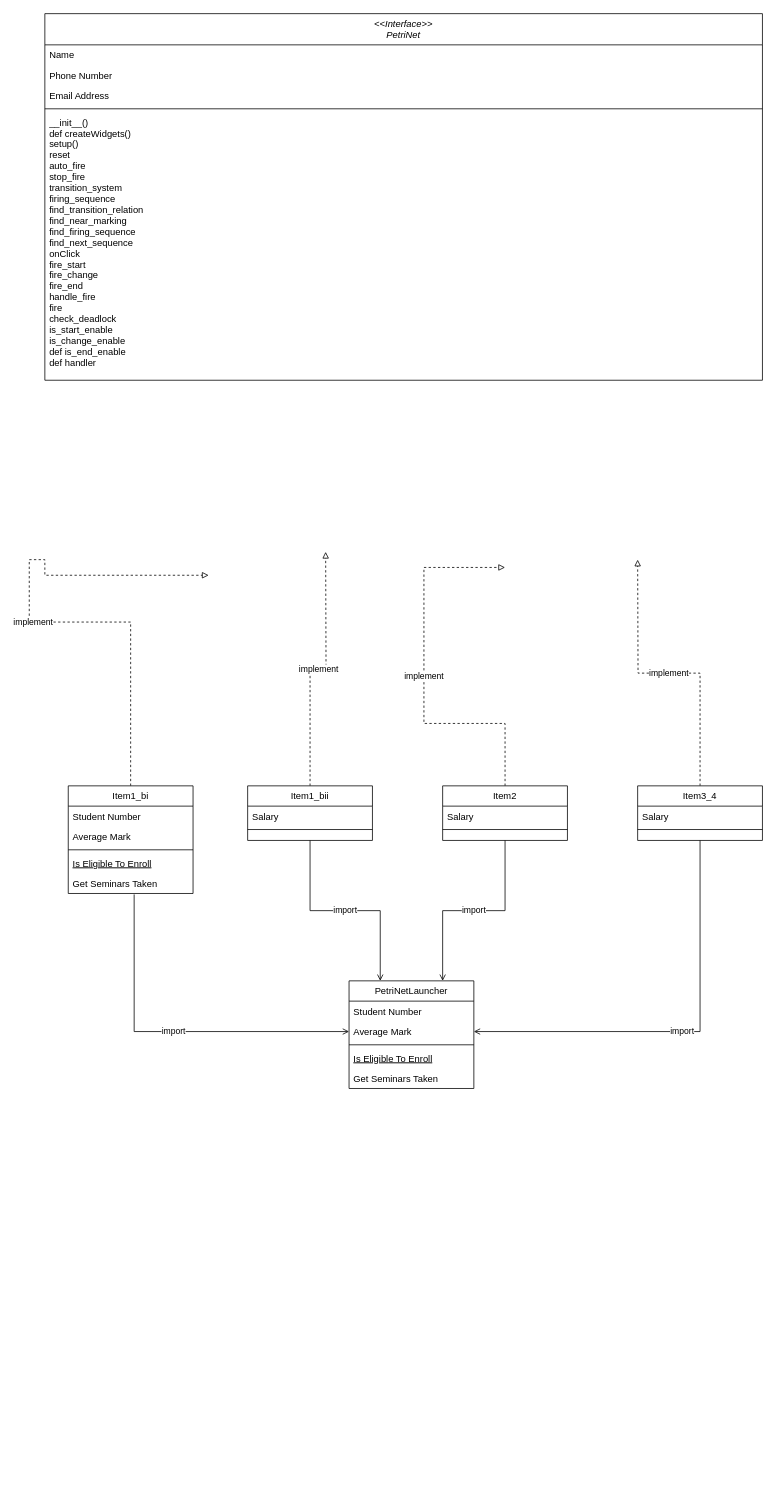
Before: Document/Class Diagram.drawio in giacat2411/PetriNetSimulation-MathematicalModeling, a draw.io diagram. Source tidied: cells renumbered, new cells numbered last; positions are measured from the earlier drawing's top-left corner, leaving out a move shared by most shapes. Both pictures are drawn from the tidied source at 78%, with x=0, y=0 at pixel (29, 13).
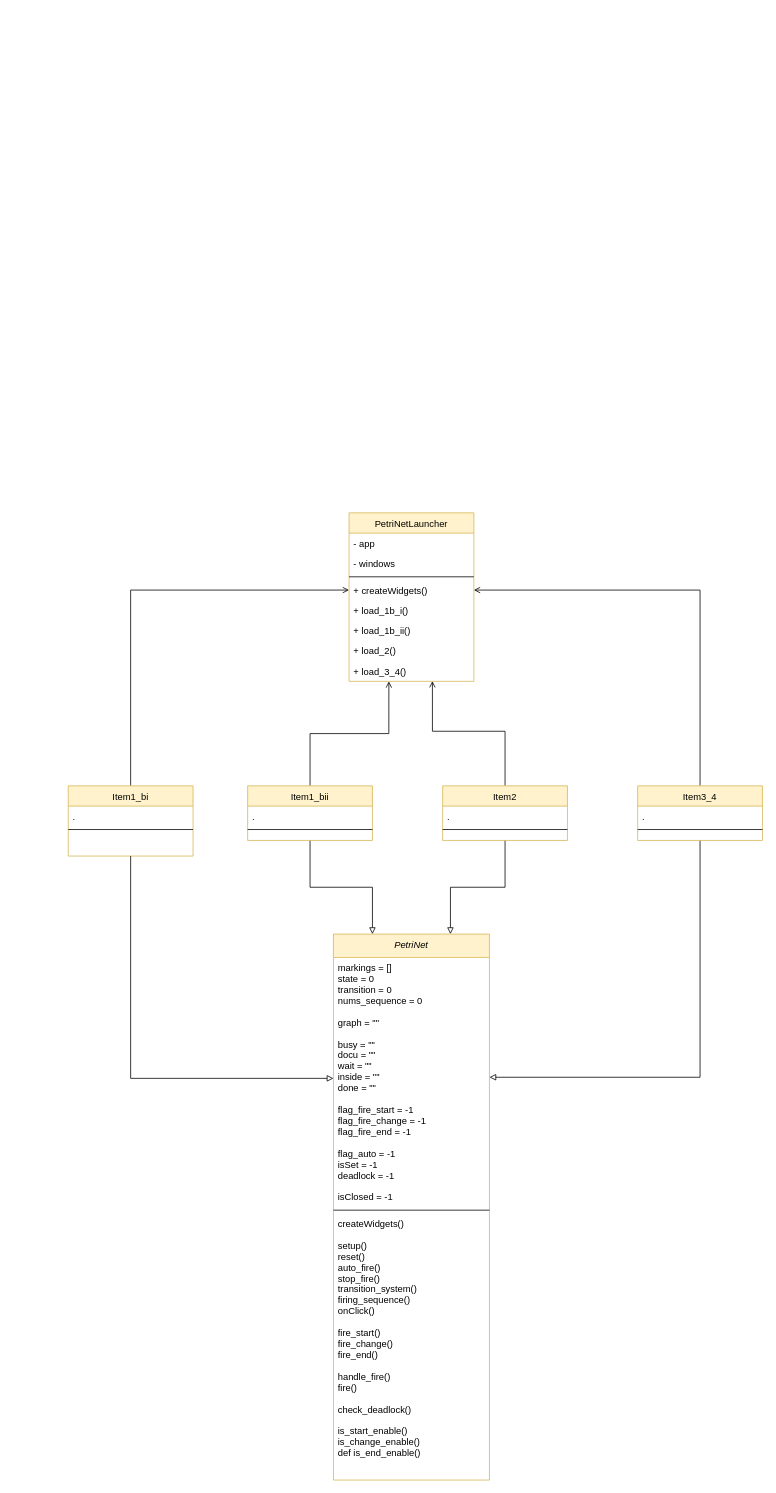
After the change.

Change to the diagram source:
```diff
@@
-    <mxCell id="2" value="&lt;&lt;Interface&gt;&gt;&#10;PetriNet" style="swimlane;fontStyle=2;align=center;verticalAlign=top;horizontal=1;startSize=40;rounded=0;shadow=0;strokeWidth=1;" parent="1" vertex="1">
-      <mxGeometry x="20" width="920" height="470" as="geometry" />
+    <mxCell id="2" value="PetriNet" style="swimlane;fontStyle=2;align=center;verticalAlign=top;horizontal=1;startSize=30;rounded=0;shadow=0;strokeWidth=1;fillColor=#fff2cc;strokeColor=#d6b656;" parent="1" vertex="1">
+      <mxGeometry x="390" y="1180" width="200" height="700" as="geometry" />
     </mxCell>
-    <mxCell id="3" value="Name" style="text;align=left;verticalAlign=top;spacingLeft=4;spacingRight=4;overflow=hidden;" parent="2" vertex="1">
-      <mxGeometry y="40" width="920" height="26" as="geometry" />
-    </mxCell>
-    <mxCell id="4" value="Phone Number" style="text;align=left;verticalAlign=top;spacingLeft=4;spacingRight=4;overflow=hidden;points=[[0,0.5],[1,0.5]];portConstraint=eastwest;rounded=0;shadow=0;html=0;" parent="2" vertex="1">
-      <mxGeometry y="66" width="920" height="26" as="geometry" />
+    <mxCell id="4" value="markings = []&#10;state = 0&#10;transition = 0&#10;nums_sequence = 0&#10;&#10;graph = &quot;&quot;&#10;&#10;busy = &quot;&quot;&#10;docu = &quot;&quot;&#10;wait = &quot;&quot;&#10;inside = &quot;&quot;&#10;done = &quot;&quot;&#10;&#10;flag_fire_start = -1&#10;flag_fire_change = -1&#10;flag_fire_end = -1&#10;&#10;flag_auto = -1&#10;isSet = -1&#10;deadlock = -1&#10;&#10;isClosed = -1" style="text;align=left;verticalAlign=top;spacingLeft=4;spacingRight=4;overflow=hidden;points=[[0,0.5],[1,0.5]];portConstraint=eastwest;rounded=0;shadow=0;html=0;" parent="2" vertex="1">
+      <mxGeometry y="30" width="200" height="320" as="geometry" />
     </mxCell>
-    <mxCell id="5" value="Email Address" style="text;align=left;verticalAlign=top;spacingLeft=4;spacingRight=4;overflow=hidden;rounded=0;shadow=0;html=0;" parent="2" vertex="1">
-      <mxGeometry y="92" width="920" height="26" as="geometry" />
-    </mxCell>
     <mxCell id="6" style="line;html=1;strokeWidth=1;align=left;verticalAlign=middle;spacingTop=-1;spacingLeft=3;spacingRight=3;labelPosition=right;" parent="2" vertex="1">
-      <mxGeometry y="118" width="920" height="8" as="geometry" />
+      <mxGeometry y="350" width="200" height="8" as="geometry" />
     </mxCell>
-    <mxCell id="7" value="__init__()&#10;def createWidgets()&#10;setup()&#10;reset&#10;auto_fire     &#10;stop_fire&#10;transition_system&#10;firing_sequence&#10;find_transition_relation&#10;find_near_marking&#10;find_firing_sequence&#10;find_next_sequence&#10;onClick&#10;fire_start    &#10;fire_change    &#10;fire_end   &#10;handle_fire         &#10;fire&#10;check_deadlock&#10;is_start_enable  &#10;is_change_enable   &#10;def is_end_enable   &#10;def handler" style="text;align=left;verticalAlign=top;spacingLeft=4;spacingRight=4;overflow=hidden;" parent="2" vertex="1">
-      <mxGeometry y="126" width="920" height="344" as="geometry" />
+    <mxCell id="7" value="createWidgets()&#10;&#10;setup()&#10;reset()&#10;auto_fire()     &#10;stop_fire()&#10;transition_system()&#10;firing_sequence()&#10;onClick()&#10;&#10;fire_start()    &#10;fire_change()    &#10;fire_end()&#10;   &#10;handle_fire()         &#10;fire()&#10;&#10;check_deadlock()&#10;&#10;is_start_enable()  &#10;is_change_enable()   &#10;def is_end_enable()" style="text;align=left;verticalAlign=top;spacingLeft=4;spacingRight=4;overflow=hidden;" parent="2" vertex="1">
+      <mxGeometry y="358" width="200" height="326" as="geometry" />
     </mxCell>
-    <mxCell id="8" value="implement" style="edgeStyle=orthogonalEdgeStyle;rounded=0;jettySize=auto;html=1;exitX=0.5;exitY=0;exitDx=0;exitDy=0;endArrow=block;endFill=0;dashed=1;" parent="1" edge="1" source="9">
-      <mxGeometry relative="1" as="geometry">
-        <mxPoint x="230" y="720" as="targetPoint" />
-        <Array as="points">
-          <mxPoint x="130" y="780" />
-          <mxPoint y="780" />
-          <mxPoint y="700" />
-          <mxPoint x="20" y="700" />
-        </Array>
-      </mxGeometry>
-    </mxCell>
+    <mxCell id="37" style="edgeStyle=orthogonalEdgeStyle;rounded=0;jettySize=auto;html=1;exitX=0.5;exitY=0;exitDx=0;exitDy=0;entryX=0;entryY=0.5;entryDx=0;entryDy=0;endArrow=open;endFill=0;" parent="1" edge="1" source="9" target="34">
+      <mxGeometry relative="1" as="geometry" />
+    </mxCell>
-    <mxCell id="9" value="Item1_bi" style="swimlane;fontStyle=0;align=center;verticalAlign=top;horizontal=1;startSize=26;rounded=0;shadow=0;strokeWidth=1;" parent="1" vertex="1">
-      <mxGeometry x="50" y="990" width="160" height="138" as="geometry" />
+    <mxCell id="9" value="Item1_bi" style="swimlane;fontStyle=0;align=center;verticalAlign=top;horizontal=1;startSize=26;rounded=0;shadow=0;strokeWidth=1;fillColor=#fff2cc;strokeColor=#d6b656;" parent="1" vertex="1">
+      <mxGeometry x="50" y="990" width="160" height="90" as="geometry" />
     </mxCell>
-    <mxCell id="10" value="Student Number" style="text;align=left;verticalAlign=top;spacingLeft=4;spacingRight=4;overflow=hidden;" parent="9" vertex="1">
-      <mxGeometry y="26" width="160" height="26" as="geometry" />
-    </mxCell>
-    <mxCell id="11" value="Average Mark" style="text;align=left;verticalAlign=top;spacingLeft=4;spacingRight=4;overflow=hidden;rounded=0;shadow=0;html=0;" parent="9" vertex="1">
-      <mxGeometry y="52" width="160" height="26" as="geometry" />
+    <mxCell id="11" value="." style="text;align=left;verticalAlign=top;spacingLeft=4;spacingRight=4;overflow=hidden;rounded=0;shadow=0;html=0;" parent="9" vertex="1">
+      <mxGeometry y="26" width="160" height="26" as="geometry" />
     </mxCell>
     <mxCell id="12" style="line;html=1;strokeWidth=1;align=left;verticalAlign=middle;spacingTop=-1;spacingLeft=3;spacingRight=3;labelPosition=right;" parent="9" vertex="1">
-      <mxGeometry y="78" width="160" height="8" as="geometry" />
+      <mxGeometry y="52" width="160" height="8" as="geometry" />
     </mxCell>
-    <mxCell id="13" value="Is Eligible To Enroll" style="text;align=left;verticalAlign=top;spacingLeft=4;spacingRight=4;overflow=hidden;fontStyle=4;" parent="9" vertex="1">
-      <mxGeometry y="86" width="160" height="26" as="geometry" />
-    </mxCell>
-    <mxCell id="14" value="Get Seminars Taken" style="text;align=left;verticalAlign=top;spacingLeft=4;spacingRight=4;overflow=hidden;points=[[0,0.5],[1,0.5]];portConstraint=eastwest;" parent="9" vertex="1">
-      <mxGeometry y="112" width="160" height="26" as="geometry" />
-    </mxCell>
-    <mxCell id="15" value="implement" style="edgeStyle=orthogonalEdgeStyle;rounded=0;jettySize=auto;html=1;exitX=0.5;exitY=0;exitDx=0;exitDy=0;endArrow=block;endFill=0;dashed=1;" parent="1" edge="1" source="17">
-      <mxGeometry relative="1" as="geometry">
-        <mxPoint x="380" y="690" as="targetPoint" />
-      </mxGeometry>
-    </mxCell>
-    <mxCell id="16" value="import" style="edgeStyle=orthogonalEdgeStyle;rounded=0;jettySize=auto;html=1;exitX=0.5;exitY=1;exitDx=0;exitDy=0;entryX=0.25;entryY=0;entryDx=0;entryDy=0;endArrow=open;endFill=0;" parent="1" edge="1" source="17" target="30">
-      <mxGeometry relative="1" as="geometry" />
-    </mxCell>
+    <mxCell id="38" style="edgeStyle=orthogonalEdgeStyle;rounded=0;jettySize=auto;html=1;exitX=0.5;exitY=1;exitDx=0;exitDy=0;entryX=0.25;entryY=0;entryDx=0;entryDy=0;endArrow=block;endFill=0;" parent="1" edge="1" source="17" target="2">
+      <mxGeometry relative="1" as="geometry" />
+    </mxCell>
+    <mxCell id="39" style="edgeStyle=orthogonalEdgeStyle;rounded=0;jettySize=auto;html=1;exitX=0.5;exitY=0;exitDx=0;exitDy=0;entryX=0.319;entryY=1;entryDx=0;entryDy=0;entryPerimeter=0;endArrow=open;endFill=0;" parent="1" edge="1" source="17" target="46">
+      <mxGeometry relative="1" as="geometry" />
+    </mxCell>
-    <mxCell id="17" value="Item1_bii" style="swimlane;fontStyle=0;align=center;verticalAlign=top;horizontal=1;startSize=26;rounded=0;shadow=0;strokeWidth=1;" parent="1" vertex="1">
+    <mxCell id="17" value="Item1_bii" style="swimlane;fontStyle=0;align=center;verticalAlign=top;horizontal=1;startSize=26;rounded=0;shadow=0;strokeWidth=1;fillColor=#fff2cc;strokeColor=#d6b656;" parent="1" vertex="1">
       <mxGeometry x="280" y="990" width="160" height="70" as="geometry" />
     </mxCell>
-    <mxCell id="18" value="Salary" style="text;align=left;verticalAlign=top;spacingLeft=4;spacingRight=4;overflow=hidden;" parent="17" vertex="1">
+    <mxCell id="18" value="." style="text;align=left;verticalAlign=top;spacingLeft=4;spacingRight=4;overflow=hidden;" parent="17" vertex="1">
       <mxGeometry y="26" width="160" height="26" as="geometry" />
     </mxCell>
@@
-    <mxCell id="20" value="implement" style="edgeStyle=orthogonalEdgeStyle;rounded=0;jettySize=auto;html=1;exitX=0.5;exitY=0;exitDx=0;exitDy=0;endArrow=block;endFill=0;dashed=1;" parent="1" edge="1" source="22">
-      <mxGeometry relative="1" as="geometry">
-        <mxPoint x="610" y="710" as="targetPoint" />
-        <Array as="points">
-          <mxPoint x="610" y="910" />
-          <mxPoint x="506" y="910" />
-        </Array>
-      </mxGeometry>
-    </mxCell>
-    <mxCell id="21" value="import" style="edgeStyle=orthogonalEdgeStyle;rounded=0;jettySize=auto;html=1;exitX=0.5;exitY=1;exitDx=0;exitDy=0;entryX=0.75;entryY=0;entryDx=0;entryDy=0;endArrow=open;endFill=0;" parent="1" edge="1" source="22" target="30">
-      <mxGeometry relative="1" as="geometry" />
-    </mxCell>
+    <mxCell id="40" style="edgeStyle=orthogonalEdgeStyle;rounded=0;jettySize=auto;html=1;exitX=0.5;exitY=1;exitDx=0;exitDy=0;entryX=0.75;entryY=0;entryDx=0;entryDy=0;endArrow=block;endFill=0;" parent="1" edge="1" source="22" target="2">
+      <mxGeometry relative="1" as="geometry" />
+    </mxCell>
+    <mxCell id="41" style="edgeStyle=orthogonalEdgeStyle;rounded=0;jettySize=auto;html=1;exitX=0.5;exitY=0;exitDx=0;exitDy=0;endArrow=open;endFill=0;entryX=0.668;entryY=0.989;entryDx=0;entryDy=0;entryPerimeter=0;" parent="1" edge="1" source="22" target="46">
+      <mxGeometry relative="1" as="geometry">
+        <Array as="points">
+          <mxPoint x="610" y="920" />
+          <mxPoint x="517" y="920" />
+        </Array>
+      </mxGeometry>
+    </mxCell>
-    <mxCell id="22" value="Item2" style="swimlane;fontStyle=0;align=center;verticalAlign=top;horizontal=1;startSize=26;rounded=0;shadow=0;strokeWidth=1;" parent="1" vertex="1">
+    <mxCell id="22" value="Item2" style="swimlane;fontStyle=0;align=center;verticalAlign=top;horizontal=1;startSize=26;rounded=0;shadow=0;strokeWidth=1;fillColor=#fff2cc;strokeColor=#d6b656;" parent="1" vertex="1">
       <mxGeometry x="530" y="990" width="160" height="70" as="geometry" />
     </mxCell>
-    <mxCell id="23" value="Salary" style="text;align=left;verticalAlign=top;spacingLeft=4;spacingRight=4;overflow=hidden;" parent="22" vertex="1">
+    <mxCell id="23" value="." style="text;align=left;verticalAlign=top;spacingLeft=4;spacingRight=4;overflow=hidden;" parent="22" vertex="1">
       <mxGeometry y="26" width="160" height="26" as="geometry" />
     </mxCell>
@@
-    <mxCell id="25" value="implement" style="edgeStyle=orthogonalEdgeStyle;rounded=0;jettySize=auto;html=1;exitX=0.5;exitY=0;exitDx=0;exitDy=0;endArrow=block;endFill=0;dashed=1;" parent="1" edge="1" source="27">
-      <mxGeometry relative="1" as="geometry">
-        <mxPoint x="780" y="700" as="targetPoint" />
-      </mxGeometry>
-    </mxCell>
-    <mxCell id="26" value="import" style="edgeStyle=orthogonalEdgeStyle;rounded=0;jettySize=auto;html=1;exitX=0.5;exitY=1;exitDx=0;exitDy=0;entryX=1;entryY=0.5;entryDx=0;entryDy=0;endArrow=open;endFill=0;" parent="1" edge="1" source="27" target="32">
-      <mxGeometry relative="1" as="geometry" />
-    </mxCell>
+    <mxCell id="42" style="edgeStyle=orthogonalEdgeStyle;rounded=0;jettySize=auto;html=1;exitX=0.5;exitY=1;exitDx=0;exitDy=0;endArrow=block;endFill=0;entryX=1;entryY=0.48;entryDx=0;entryDy=0;entryPerimeter=0;" parent="1" edge="1" source="27" target="4">
+      <mxGeometry relative="1" as="geometry" />
+    </mxCell>
+    <mxCell id="43" style="edgeStyle=orthogonalEdgeStyle;rounded=0;jettySize=auto;html=1;exitX=0.5;exitY=0;exitDx=0;exitDy=0;entryX=1;entryY=0.5;entryDx=0;entryDy=0;endArrow=open;endFill=0;" parent="1" edge="1" source="27" target="34">
+      <mxGeometry relative="1" as="geometry" />
+    </mxCell>
-    <mxCell id="27" value="Item3_4" style="swimlane;fontStyle=0;align=center;verticalAlign=top;horizontal=1;startSize=26;rounded=0;shadow=0;strokeWidth=1;" parent="1" vertex="1">
+    <mxCell id="27" value="Item3_4" style="swimlane;fontStyle=0;align=center;verticalAlign=top;horizontal=1;startSize=26;rounded=0;shadow=0;strokeWidth=1;fillColor=#fff2cc;strokeColor=#d6b656;" parent="1" vertex="1">
       <mxGeometry x="780" y="990" width="160" height="70" as="geometry" />
     </mxCell>
-    <mxCell id="28" value="Salary" style="text;align=left;verticalAlign=top;spacingLeft=4;spacingRight=4;overflow=hidden;" parent="27" vertex="1">
+    <mxCell id="28" value="." style="text;align=left;verticalAlign=top;spacingLeft=4;spacingRight=4;overflow=hidden;" parent="27" vertex="1">
       <mxGeometry y="26" width="160" height="26" as="geometry" />
     </mxCell>
@@
-    <mxCell id="30" value="PetriNetLauncher" style="swimlane;fontStyle=0;align=center;verticalAlign=top;horizontal=1;startSize=26;rounded=0;shadow=0;strokeWidth=1;" parent="1" vertex="1">
-      <mxGeometry x="410" y="1240" width="160" height="138" as="geometry" />
+    <mxCell id="30" value="PetriNetLauncher" style="swimlane;fontStyle=0;align=center;verticalAlign=top;horizontal=1;startSize=26;rounded=0;shadow=0;strokeWidth=1;fillColor=#fff2cc;strokeColor=#d6b656;" parent="1" vertex="1">
+      <mxGeometry x="410" y="640" width="160" height="216" as="geometry" />
     </mxCell>
-    <mxCell id="31" value="Student Number" style="text;align=left;verticalAlign=top;spacingLeft=4;spacingRight=4;overflow=hidden;" parent="30" vertex="1">
+    <mxCell id="31" value="- app" style="text;align=left;verticalAlign=top;spacingLeft=4;spacingRight=4;overflow=hidden;" parent="30" vertex="1">
       <mxGeometry y="26" width="160" height="26" as="geometry" />
     </mxCell>
-    <mxCell id="32" value="Average Mark" style="text;align=left;verticalAlign=top;spacingLeft=4;spacingRight=4;overflow=hidden;points=[[0,0.5],[1,0.5]];portConstraint=eastwest;rounded=0;shadow=0;html=0;" parent="30" vertex="1">
+    <mxCell id="32" value="- windows" style="text;align=left;verticalAlign=top;spacingLeft=4;spacingRight=4;overflow=hidden;points=[[0,0.5],[1,0.5]];portConstraint=eastwest;rounded=0;shadow=0;html=0;" parent="30" vertex="1">
       <mxGeometry y="52" width="160" height="26" as="geometry" />
     </mxCell>
@@
-    <mxCell id="34" value="Is Eligible To Enroll" style="text;align=left;verticalAlign=top;spacingLeft=4;spacingRight=4;overflow=hidden;points=[[0,0.5],[1,0.5]];portConstraint=eastwest;fontStyle=4;" parent="30" vertex="1">
+    <mxCell id="34" value="+ createWidgets()" style="text;align=left;verticalAlign=top;spacingLeft=4;spacingRight=4;overflow=hidden;points=[[0,0.5],[1,0.5]];portConstraint=eastwest;fontStyle=0;" parent="30" vertex="1">
       <mxGeometry y="86" width="160" height="26" as="geometry" />
     </mxCell>
-    <mxCell id="35" value="Get Seminars Taken" style="text;align=left;verticalAlign=top;spacingLeft=4;spacingRight=4;overflow=hidden;" parent="30" vertex="1">
+    <mxCell id="35" value="+ load_1b_i()" style="text;align=left;verticalAlign=top;spacingLeft=4;spacingRight=4;overflow=hidden;" parent="30" vertex="1">
       <mxGeometry y="112" width="160" height="26" as="geometry" />
     </mxCell>
-    <mxCell id="36" value="import" style="edgeStyle=orthogonalEdgeStyle;rounded=0;jettySize=auto;html=1;exitX=0.528;exitY=1.045;exitDx=0;exitDy=0;entryX=0;entryY=0.5;entryDx=0;entryDy=0;endArrow=open;endFill=0;exitPerimeter=0;" parent="1" edge="1" source="14" target="32">
-      <mxGeometry relative="1" as="geometry">
-        <Array as="points">
-          <mxPoint x="135" y="1305" />
-        </Array>
-      </mxGeometry>
-    </mxCell>
+    <mxCell id="44" value="+ load_1b_ii()" style="text;align=left;verticalAlign=top;spacingLeft=4;spacingRight=4;overflow=hidden;" parent="30" vertex="1">
+      <mxGeometry y="138" width="160" height="26" as="geometry" />
+    </mxCell>
+    <mxCell id="45" value="+ load_2()" style="text;align=left;verticalAlign=top;spacingLeft=4;spacingRight=4;overflow=hidden;" parent="30" vertex="1">
+      <mxGeometry y="164" width="160" height="26" as="geometry" />
+    </mxCell>
+    <mxCell id="46" value="+ load_3_4()" style="text;align=left;verticalAlign=top;spacingLeft=4;spacingRight=4;overflow=hidden;points=[[0,0.5],[1,0.5]];portConstraint=eastwest;" parent="30" vertex="1">
+      <mxGeometry y="190" width="160" height="26" as="geometry" />
+    </mxCell>
+    <mxCell id="47" style="edgeStyle=orthogonalEdgeStyle;rounded=0;jettySize=auto;html=1;endArrow=block;endFill=0;exitX=0.5;exitY=1;exitDx=0;exitDy=0;" parent="1" edge="1" source="9" target="4">
+      <mxGeometry relative="1" as="geometry">
+        <Array as="points">
+          <mxPoint x="130" y="1365" />
+        </Array>
+      </mxGeometry>
+    </mxCell>
```
